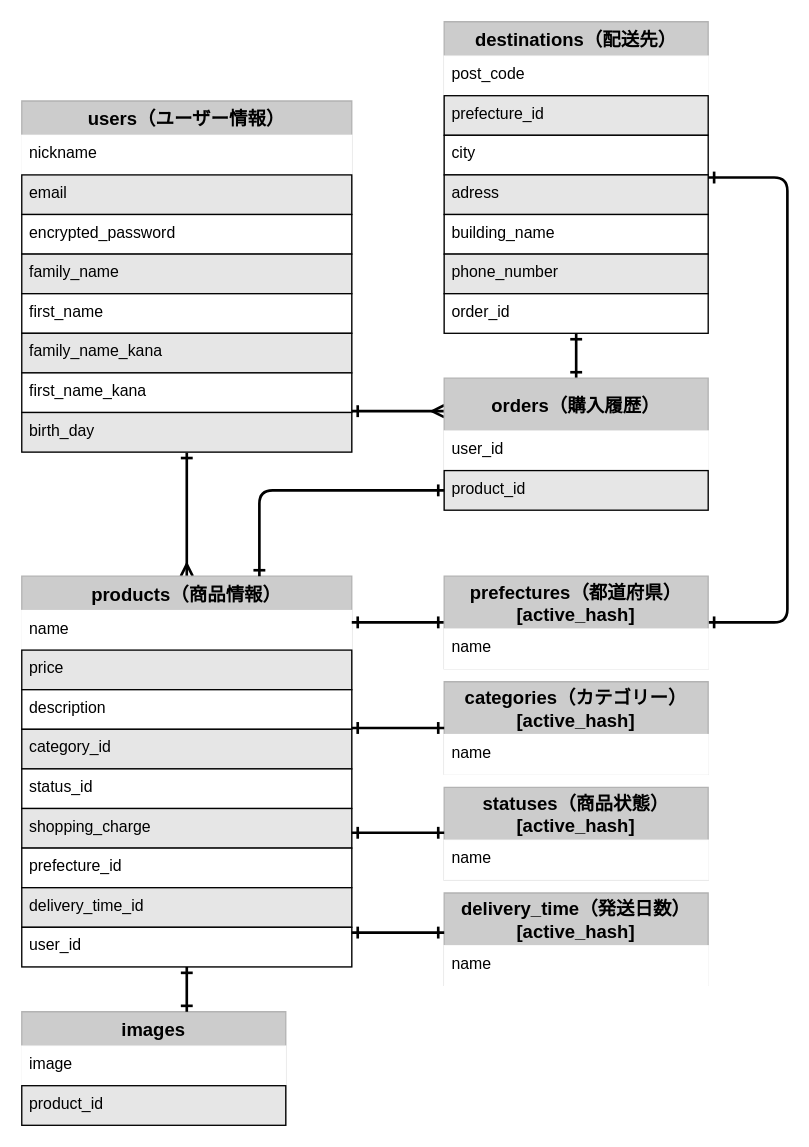
Before: database.dio in KatKeeeen/furima-38577-2, a draw.io diagram. Source tidied: cells renumbered, new cells numbered last; positions are measured from the earlier drawing's top-left corner, leaving out a move shared by most shapes. Both pictures are drawn from the tidied source at 132%, with x=0, y=0 at pixel (21, 21).
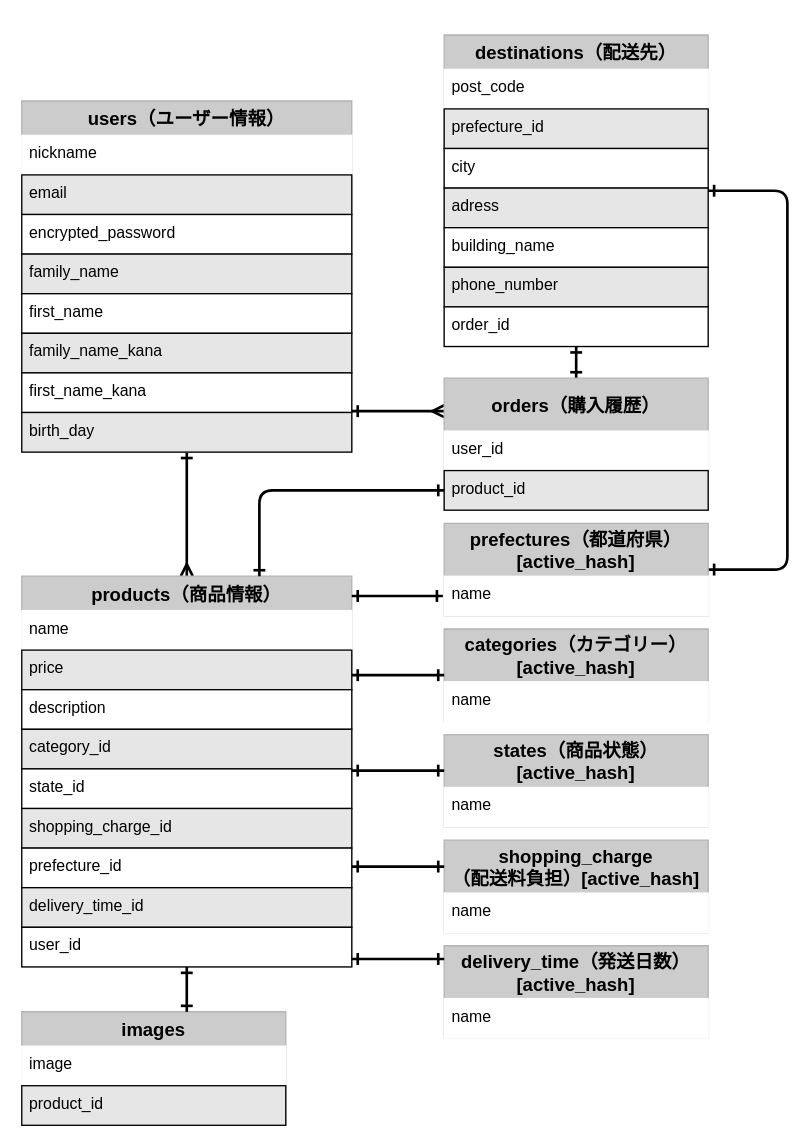
After the change.

The change refers to these unchanged cells:
```xml
<mxCell id="12" value="products（商品情報）" style="swimlane;fontStyle=1;horizontal=1;startSize=26;align=center;fontSize=14;fillColor=#CCCCCC;strokeColor=#B3B3B3;fontColor=#000000;perimeterSpacing=0;" parent="1" vertex="1">
  <mxGeometry y="420" width="250" height="296" as="geometry" />
</mxCell>
<mxCell id="40" value="name" style="text;strokeColor=#FFFFFF;fillColor=#FFFFFF;spacingLeft=4;spacingRight=4;overflow=hidden;points=[[0,0.5],[1,0.5]];portConstraint=eastwest;fontSize=12;perimeterSpacing=1;fontColor=#000000;" parent="39" vertex="1">
  <mxGeometry y="40" width="200" height="30" as="geometry" />
</mxCell>
```

What changed in the source:
```diff
@@
-    <mxCell id="17" value="status_id" style="text;strokeColor=default;fillColor=#FFFFFF;spacingLeft=4;spacingRight=4;overflow=hidden;fontSize=12;fontColor=#000000;" parent="12" vertex="1">
+    <mxCell id="17" value="state_id" style="text;strokeColor=default;fillColor=#FFFFFF;spacingLeft=4;spacingRight=4;overflow=hidden;fontSize=12;fontColor=#000000;" parent="12" vertex="1">
       <mxGeometry y="146" width="250" height="30" as="geometry" />
     </mxCell>
-    <mxCell id="18" value="shopping_charge" style="text;strokeColor=default;fillColor=#E6E6E6;spacingLeft=4;spacingRight=4;overflow=hidden;fontSize=12;gradientColor=none;fontColor=#000000;" parent="12" vertex="1">
+    <mxCell id="18" value="shopping_charge_id" style="text;strokeColor=default;fillColor=#E6E6E6;spacingLeft=4;spacingRight=4;overflow=hidden;fontSize=12;gradientColor=none;fontColor=#000000;" parent="12" vertex="1">
       <mxGeometry y="176" width="250" height="30" as="geometry" />
     </mxCell>
@@
     <mxCell id="22" value="destinations（配送先）" style="swimlane;fontStyle=1;horizontal=1;startSize=26;align=center;fontSize=14;fillColor=#CCCCCC;strokeColor=#B3B3B3;fontColor=#000000;perimeterSpacing=0;" parent="1" vertex="1">
-      <mxGeometry x="320" width="200" height="236" as="geometry" />
+      <mxGeometry x="320" y="10" width="200" height="236" as="geometry" />
     </mxCell>
@@
     <mxCell id="33" value="categories（カテゴリー）&#10;[active_hash]" style="swimlane;fontStyle=1;horizontal=1;startSize=40;align=center;fontSize=14;fillColor=#CCCCCC;strokeColor=#B3B3B3;fontColor=#000000;perimeterSpacing=0;" parent="1" vertex="1">
-      <mxGeometry x="320" y="500" width="200" height="70" as="geometry" />
+      <mxGeometry x="320" y="460" width="200" height="70" as="geometry" />
     </mxCell>
@@
     <mxCell id="36" style="edgeStyle=none;html=1;startArrow=ERone;startFill=0;endArrow=ERone;endFill=0;strokeWidth=2;exitX=0;exitY=0.5;exitDx=0;exitDy=0;" parent="1" edge="1" source="33">
       <mxGeometry relative="1" as="geometry">
-        <mxPoint x="250" y="535" as="targetPoint" />
+        <mxPoint x="250" y="495" as="targetPoint" />
       </mxGeometry>
     </mxCell>
-    <mxCell id="37" style="edgeStyle=none;html=1;exitX=0;exitY=0.5;exitDx=0;exitDy=0;startArrow=ERone;startFill=0;endArrow=ERone;endFill=0;strokeWidth=2;" parent="1" edge="1" source="39">
+    <mxCell id="37" style="edgeStyle=none;html=1;exitX=0;exitY=0.5;exitDx=0;exitDy=0;startArrow=ERone;startFill=0;endArrow=ERone;endFill=0;strokeWidth=2;" parent="1" edge="1" source="40">
       <mxGeometry relative="1" as="geometry">
-        <mxPoint x="250" y="455" as="targetPoint" />
+        <mxPoint x="250" y="435" as="targetPoint" />
       </mxGeometry>
     </mxCell>
     <mxCell id="38" style="edgeStyle=none;html=1;exitX=1;exitY=0.5;exitDx=0;exitDy=0;entryX=1;entryY=0.5;entryDx=0;entryDy=0;startArrow=ERone;startFill=0;endArrow=ERone;endFill=0;strokeWidth=2;" parent="1" edge="1" source="39" target="22">
       <mxGeometry relative="1" as="geometry">
         <Array as="points">
-          <mxPoint x="580" y="455" />
-          <mxPoint x="580" y="118" />
+          <mxPoint x="580" y="415" />
+          <mxPoint x="580" y="128" />
         </Array>
       </mxGeometry>
     </mxCell>
     <mxCell id="39" value="prefectures（都道府県）&#10;[active_hash]" style="swimlane;fontStyle=1;horizontal=1;startSize=40;align=center;fontSize=14;fillColor=#CCCCCC;strokeColor=#B3B3B3;fontColor=#000000;perimeterSpacing=0;" parent="1" vertex="1">
-      <mxGeometry x="320" y="420" width="200" height="70" as="geometry" />
+      <mxGeometry x="320" y="380" width="200" height="70" as="geometry" />
     </mxCell>
@@
-    <mxCell id="41" value="statuses（商品状態）&#10;[active_hash]" style="swimlane;fontStyle=1;horizontal=1;startSize=40;align=center;fontSize=14;fillColor=#CCCCCC;strokeColor=#B3B3B3;fontColor=#000000;perimeterSpacing=0;" parent="1" vertex="1">
-      <mxGeometry x="320" y="580" width="200" height="70" as="geometry" />
+    <mxCell id="41" value="states（商品状態）&#10;[active_hash]" style="swimlane;fontStyle=1;horizontal=1;startSize=40;align=center;fontSize=14;fillColor=#CCCCCC;strokeColor=#B3B3B3;fontColor=#000000;perimeterSpacing=0;" parent="1" vertex="1">
+      <mxGeometry x="320" y="540" width="200" height="70" as="geometry" />
     </mxCell>
@@
-    <mxCell id="43" value="delivery_time（発送日数）&#10;[active_hash]" style="swimlane;fontStyle=1;horizontal=1;startSize=40;align=center;fontSize=14;fillColor=#CCCCCC;strokeColor=#B3B3B3;fontColor=#000000;perimeterSpacing=0;" parent="1" vertex="1">
-      <mxGeometry x="320" y="660" width="200" height="70" as="geometry" />
+    <mxCell id="43" value="shopping_charge&#10;（配送料負担）[active_hash]" style="swimlane;fontStyle=1;horizontal=1;startSize=40;align=center;fontSize=14;fillColor=#CCCCCC;strokeColor=#B3B3B3;fontColor=#000000;perimeterSpacing=0;" parent="1" vertex="1">
+      <mxGeometry x="320" y="620" width="200" height="70" as="geometry" />
     </mxCell>
@@
     <mxCell id="45" style="edgeStyle=none;html=1;startArrow=ERone;startFill=0;endArrow=ERone;endFill=0;strokeWidth=2;exitX=0;exitY=0.5;exitDx=0;exitDy=0;" parent="1" edge="1">
       <mxGeometry relative="1" as="geometry">
-        <mxPoint x="320" y="614.4" as="sourcePoint" />
-        <mxPoint x="250" y="614.4" as="targetPoint" />
+        <mxPoint x="320" y="567.3" as="sourcePoint" />
+        <mxPoint x="250" y="567.3" as="targetPoint" />
       </mxGeometry>
     </mxCell>
     <mxCell id="46" style="edgeStyle=none;html=1;startArrow=ERone;startFill=0;endArrow=ERone;endFill=0;strokeWidth=2;exitX=0;exitY=0.5;exitDx=0;exitDy=0;" parent="1" edge="1">
       <mxGeometry relative="1" as="geometry">
-        <mxPoint x="320" y="690" as="sourcePoint" />
-        <mxPoint x="250" y="690" as="targetPoint" />
+        <mxPoint x="320" y="640" as="sourcePoint" />
+        <mxPoint x="250" y="640" as="targetPoint" />
       </mxGeometry>
     </mxCell>
@@
+    <mxCell id="53" value="delivery_time（発送日数）&#10;[active_hash]" style="swimlane;fontStyle=1;horizontal=1;startSize=40;align=center;fontSize=14;fillColor=#CCCCCC;strokeColor=#B3B3B3;fontColor=#000000;perimeterSpacing=0;" parent="1" vertex="1">
+      <mxGeometry x="320" y="700" width="200" height="70" as="geometry" />
+    </mxCell>
+    <mxCell id="54" value="name" style="text;strokeColor=#FFFFFF;fillColor=#FFFFFF;spacingLeft=4;spacingRight=4;overflow=hidden;fontSize=12;perimeterSpacing=1;fontColor=#000000;" parent="53" vertex="1">
+      <mxGeometry y="40" width="200" height="30" as="geometry" />
+    </mxCell>
+    <mxCell id="55" style="edgeStyle=none;html=1;startArrow=ERone;startFill=0;endArrow=ERone;endFill=0;strokeWidth=2;exitX=0;exitY=0.5;exitDx=0;exitDy=0;" parent="1" edge="1">
+      <mxGeometry relative="1" as="geometry">
+        <mxPoint x="320" y="710" as="sourcePoint" />
+        <mxPoint x="250" y="710" as="targetPoint" />
+      </mxGeometry>
+    </mxCell>
```
